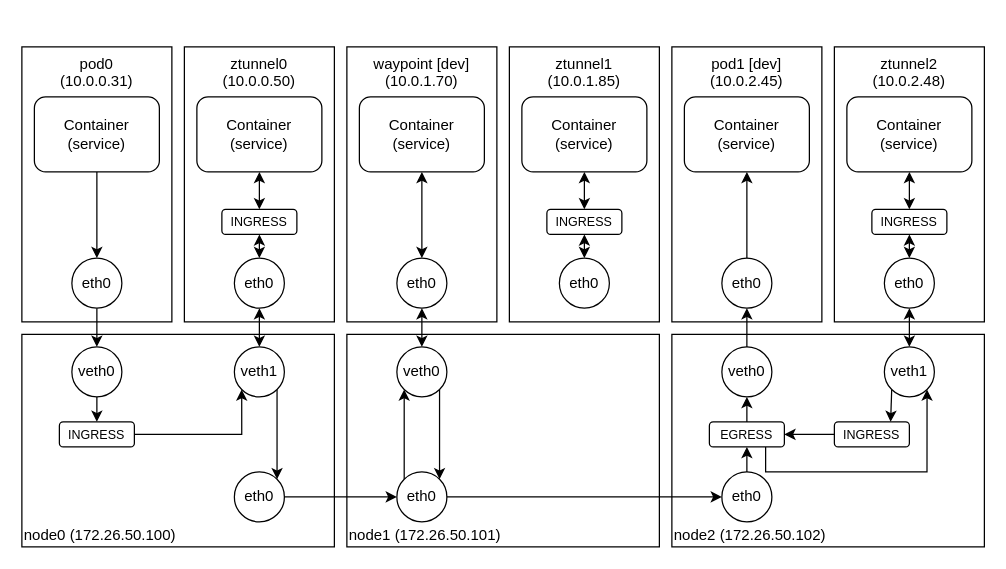
This is page "ambientmesh" (2 of 2) of k8s.istio/k8s.istio.drawio from haruband/codebook, a draw.io file, before an edit. Source tidied: cells renumbered, new cells numbered last; positions are measured from the earlier drawing's top-left corner, leaving out a move shared by most shapes. Both pictures are drawn from the tidied source at 125%, with x=0, y=0 at pixel (21, 46).
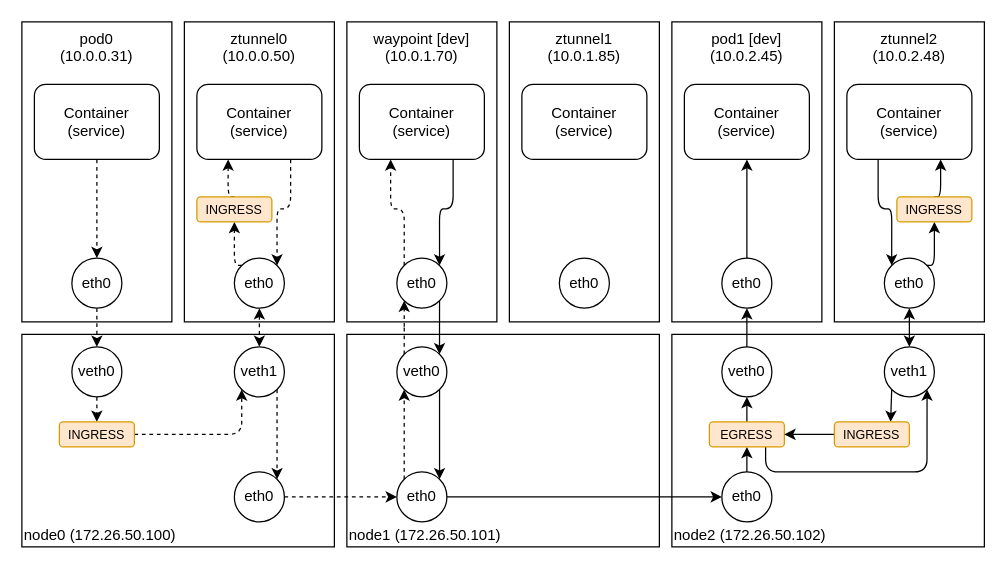
The same diagram, later.

The change refers to these unchanged cells:
```xml
<mxCell id="7" value="eth0" style="ellipse;whiteSpace=wrap;html=1;fontSize=12;" parent="1" vertex="1">
  <mxGeometry x="40" y="169" width="40" height="40" as="geometry" />
</mxCell>
<mxCell id="9" value="veth0" style="ellipse;whiteSpace=wrap;html=1;fontSize=12;" parent="1" vertex="1">
  <mxGeometry x="40" y="240" width="40" height="40" as="geometry" />
</mxCell>
<mxCell id="16" value="eth0" style="ellipse;whiteSpace=wrap;html=1;fontSize=12;" parent="1" vertex="1">
  <mxGeometry x="170" y="169" width="40" height="40" as="geometry" />
</mxCell>
<mxCell id="19" value="eth0" style="ellipse;whiteSpace=wrap;html=1;fontSize=12;" parent="1" vertex="1">
  <mxGeometry x="170" y="340" width="40" height="40" as="geometry" />
</mxCell>
<mxCell id="24" value="eth0" style="ellipse;whiteSpace=wrap;html=1;fontSize=12;" parent="1" vertex="1">
  <mxGeometry x="300" y="169" width="40" height="40" as="geometry" />
</mxCell>
<mxCell id="27" value="veth0" style="ellipse;whiteSpace=wrap;html=1;fontSize=12;" parent="1" vertex="1">
  <mxGeometry x="300" y="240" width="40" height="40" as="geometry" />
</mxCell>
<mxCell id="29" value="eth0" style="ellipse;whiteSpace=wrap;html=1;fontSize=12;" parent="1" vertex="1">
  <mxGeometry x="300" y="340" width="40" height="40" as="geometry" />
</mxCell>
<mxCell id="35" value="eth0" style="ellipse;whiteSpace=wrap;html=1;fontSize=12;" parent="1" vertex="1">
  <mxGeometry x="560" y="169" width="40" height="40" as="geometry" />
</mxCell>
<mxCell id="37" value="veth0" style="ellipse;whiteSpace=wrap;html=1;fontSize=12;" parent="1" vertex="1">
  <mxGeometry x="560" y="240" width="40" height="40" as="geometry" />
</mxCell>
<mxCell id="41" value="eth0" style="ellipse;whiteSpace=wrap;html=1;fontSize=12;" parent="1" vertex="1">
  <mxGeometry x="690" y="169" width="40" height="40" as="geometry" />
</mxCell>
<mxCell id="45" value="eth0" style="ellipse;whiteSpace=wrap;html=1;fontSize=12;" parent="1" vertex="1">
  <mxGeometry x="560" y="340" width="40" height="40" as="geometry" />
</mxCell>
<mxCell id="47" value="veth1" style="ellipse;whiteSpace=wrap;html=1;fontSize=12;" parent="1" vertex="1">
  <mxGeometry x="170" y="240" width="40" height="40" as="geometry" />
</mxCell>
<mxCell id="54" value="veth1" style="ellipse;whiteSpace=wrap;html=1;fontSize=12;" parent="1" vertex="1">
  <mxGeometry x="690" y="240" width="40" height="40" as="geometry" />
</mxCell>
<mxCell id="60" value="eth0" style="ellipse;whiteSpace=wrap;html=1;fontSize=12;" parent="1" vertex="1">
  <mxGeometry x="430" y="169" width="40" height="40" as="geometry" />
</mxCell>
```

Diff of the diagram source:
```diff
@@
     <mxCell id="2" value="pod0&lt;br&gt;(10.0.0.31)" style="rounded=0;whiteSpace=wrap;html=1;verticalAlign=top;labelPosition=center;verticalLabelPosition=middle;align=center;" parent="1" vertex="1">
-      <mxGeometry width="120" height="220" as="geometry" />
+      <mxGeometry y="-20" width="120" height="240" as="geometry" />
     </mxCell>
@@
-    <mxCell id="4" style="edgeStyle=orthogonalEdgeStyle;rounded=0;jettySize=auto;html=1;exitX=0.5;exitY=1;exitDx=0;exitDy=0;entryX=0.5;entryY=0;entryDx=0;entryDy=0;" parent="1" edge="1" source="5" target="7">
+    <mxCell id="4" style="edgeStyle=orthogonalEdgeStyle;rounded=1;jettySize=auto;html=1;exitX=0.5;exitY=1;exitDx=0;exitDy=0;entryX=0.5;entryY=0;entryDx=0;entryDy=0;dashed=1;" parent="1" edge="1" source="5" target="7">
       <mxGeometry relative="1" as="geometry" />
     </mxCell>
     <mxCell id="5" value="Container&lt;br&gt;(service)" style="rounded=1;whiteSpace=wrap;html=1;align=center;" parent="1" vertex="1">
-      <mxGeometry x="10" y="40" width="100" height="60" as="geometry" />
+      <mxGeometry x="10" y="30" width="100" height="60" as="geometry" />
     </mxCell>
-    <mxCell id="6" style="edgeStyle=orthogonalEdgeStyle;rounded=0;jettySize=auto;html=1;exitX=0.5;exitY=1;exitDx=0;exitDy=0;entryX=0.5;entryY=0;entryDx=0;entryDy=0;" parent="1" edge="1" source="7" target="9">
+    <mxCell id="6" style="edgeStyle=orthogonalEdgeStyle;rounded=1;jettySize=auto;html=1;exitX=0.5;exitY=1;exitDx=0;exitDy=0;entryX=0.5;entryY=0;entryDx=0;entryDy=0;dashed=1;" parent="1" edge="1" source="7" target="9">
       <mxGeometry relative="1" as="geometry" />
     </mxCell>
@@
-    <mxCell id="8" style="edgeStyle=orthogonalEdgeStyle;rounded=0;jettySize=auto;html=1;exitX=0.5;exitY=1;exitDx=0;exitDy=0;entryX=0.5;entryY=0;entryDx=0;entryDy=0;" parent="1" edge="1" source="9" target="11">
+    <mxCell id="8" style="edgeStyle=orthogonalEdgeStyle;rounded=1;jettySize=auto;html=1;exitX=0.5;exitY=1;exitDx=0;exitDy=0;entryX=0.5;entryY=0;entryDx=0;entryDy=0;dashed=1;" parent="1" edge="1" source="9" target="11">
       <mxGeometry relative="1" as="geometry" />
     </mxCell>
@@
-    <mxCell id="10" style="edgeStyle=orthogonalEdgeStyle;rounded=0;jettySize=auto;html=1;exitX=1;exitY=0.5;exitDx=0;exitDy=0;entryX=0;entryY=1;entryDx=0;entryDy=0;" parent="1" edge="1" source="11" target="47">
+    <mxCell id="10" style="edgeStyle=orthogonalEdgeStyle;rounded=1;jettySize=auto;html=1;exitX=1;exitY=0.5;exitDx=0;exitDy=0;entryX=0;entryY=1;entryDx=0;entryDy=0;dashed=1;" parent="1" edge="1" source="11" target="47">
       <mxGeometry relative="1" as="geometry" />
     </mxCell>
-    <mxCell id="11" value="INGRESS" style="rounded=1;whiteSpace=wrap;html=1;align=center;fontSize=10;" parent="1" vertex="1">
+    <mxCell id="11" value="INGRESS" style="rounded=1;whiteSpace=wrap;html=1;align=center;fontSize=10;fillColor=#ffe6cc;strokeColor=#d79b00;" parent="1" vertex="1">
       <mxGeometry x="30" y="300" width="60" height="20" as="geometry" />
     </mxCell>
     <mxCell id="12" value="ztunnel0&lt;br&gt;(10.0.0.50)" style="rounded=0;whiteSpace=wrap;html=1;verticalAlign=top;labelPosition=center;verticalLabelPosition=middle;align=center;" parent="1" vertex="1">
-      <mxGeometry x="130" width="120" height="220" as="geometry" />
+      <mxGeometry x="130" y="-20" width="120" height="240" as="geometry" />
     </mxCell>
+    <mxCell id="63" style="edgeStyle=orthogonalEdgeStyle;rounded=1;jettySize=auto;html=1;exitX=0.75;exitY=1;exitDx=0;exitDy=0;entryX=1;entryY=0;entryDx=0;entryDy=0;dashed=1;" parent="1" edge="1" source="13" target="16">
+      <mxGeometry relative="1" as="geometry" />
+    </mxCell>
     <mxCell id="13" value="Container&lt;br&gt;(service)" style="rounded=1;whiteSpace=wrap;html=1;align=center;" parent="1" vertex="1">
-      <mxGeometry x="140" y="40" width="100" height="60" as="geometry" />
+      <mxGeometry x="140" y="30" width="100" height="60" as="geometry" />
     </mxCell>
+    <mxCell id="15" style="edgeStyle=orthogonalEdgeStyle;rounded=1;jettySize=auto;html=1;exitX=0.5;exitY=1;exitDx=0;exitDy=0;entryX=0.5;entryY=0;entryDx=0;entryDy=0;startArrow=classic;startFill=1;dashed=1;" parent="1" edge="1" source="16" target="47">
+      <mxGeometry relative="1" as="geometry" />
+    </mxCell>
-    <mxCell id="14" style="edgeStyle=orthogonalEdgeStyle;rounded=0;jettySize=auto;html=1;exitX=0.5;exitY=0;exitDx=0;exitDy=0;entryX=0.5;entryY=1;entryDx=0;entryDy=0;startArrow=classic;startFill=1;" parent="1" edge="1" source="16" target="18">
+    <mxCell id="14" style="edgeStyle=orthogonalEdgeStyle;rounded=1;jettySize=auto;html=1;exitX=0;exitY=0;exitDx=0;exitDy=0;entryX=0.5;entryY=1;entryDx=0;entryDy=0;dashed=1;" parent="1" edge="1" source="16" target="18">
       <mxGeometry relative="1" as="geometry" />
     </mxCell>
-    <mxCell id="15" style="edgeStyle=orthogonalEdgeStyle;rounded=0;jettySize=auto;html=1;exitX=0.5;exitY=1;exitDx=0;exitDy=0;entryX=0.5;entryY=0;entryDx=0;entryDy=0;startArrow=classic;startFill=1;" parent="1" edge="1" source="16" target="47">
-      <mxGeometry relative="1" as="geometry" />
-    </mxCell>
@@
-    <mxCell id="17" style="edgeStyle=orthogonalEdgeStyle;rounded=0;jettySize=auto;html=1;exitX=0.5;exitY=0;exitDx=0;exitDy=0;entryX=0.5;entryY=1;entryDx=0;entryDy=0;startArrow=classic;startFill=1;" parent="1" edge="1" source="18" target="13">
+    <mxCell id="17" style="edgeStyle=orthogonalEdgeStyle;rounded=1;jettySize=auto;html=1;exitX=0.5;exitY=0;exitDx=0;exitDy=0;entryX=0.25;entryY=1;entryDx=0;entryDy=0;dashed=1;" parent="1" edge="1" source="18" target="13">
       <mxGeometry relative="1" as="geometry" />
     </mxCell>
-    <mxCell id="18" value="INGRESS" style="rounded=1;whiteSpace=wrap;html=1;align=center;fontSize=10;" parent="1" vertex="1">
-      <mxGeometry x="160" y="130" width="60" height="20" as="geometry" />
+    <mxCell id="18" value="INGRESS" style="rounded=1;whiteSpace=wrap;html=1;align=center;fontSize=10;fillColor=#ffe6cc;strokeColor=#d79b00;" parent="1" vertex="1">
+      <mxGeometry x="140" y="120" width="60" height="20" as="geometry" />
     </mxCell>
@@
     <mxCell id="20" value="waypoint [dev]&lt;br&gt;(10.0.1.70)" style="rounded=0;whiteSpace=wrap;html=1;verticalAlign=top;labelPosition=center;verticalLabelPosition=middle;align=center;" parent="1" vertex="1">
-      <mxGeometry x="260" width="120" height="220" as="geometry" />
+      <mxGeometry x="260" y="-20" width="120" height="240" as="geometry" />
     </mxCell>
@@
+    <mxCell id="64" style="edgeStyle=orthogonalEdgeStyle;rounded=1;jettySize=auto;html=1;exitX=0.75;exitY=1;exitDx=0;exitDy=0;entryX=1;entryY=0;entryDx=0;entryDy=0;" parent="1" edge="1" source="22" target="24">
+      <mxGeometry relative="1" as="geometry" />
+    </mxCell>
     <mxCell id="22" value="Container&lt;br&gt;(service)" style="rounded=1;whiteSpace=wrap;html=1;align=center;" parent="1" vertex="1">
-      <mxGeometry x="270" y="40" width="100" height="60" as="geometry" />
+      <mxGeometry x="270" y="30" width="100" height="60" as="geometry" />
     </mxCell>
-    <mxCell id="23" style="edgeStyle=orthogonalEdgeStyle;rounded=0;jettySize=auto;html=1;exitX=0.5;exitY=0;exitDx=0;exitDy=0;startArrow=classic;startFill=1;" parent="1" edge="1" source="24" target="22">
+    <mxCell id="23" style="edgeStyle=orthogonalEdgeStyle;rounded=1;jettySize=auto;html=1;exitX=0;exitY=0;exitDx=0;exitDy=0;entryX=0.25;entryY=1;entryDx=0;entryDy=0;dashed=1;" parent="1" edge="1" source="24" target="22">
       <mxGeometry relative="1" as="geometry" />
     </mxCell>
+    <mxCell id="65" style="edgeStyle=orthogonalEdgeStyle;rounded=1;jettySize=auto;html=1;exitX=1;exitY=1;exitDx=0;exitDy=0;entryX=1;entryY=0;entryDx=0;entryDy=0;" parent="1" edge="1" source="24" target="27">
+      <mxGeometry relative="1" as="geometry" />
+    </mxCell>
@@
-    <mxCell id="25" style="edgeStyle=orthogonalEdgeStyle;rounded=0;jettySize=auto;html=1;exitX=1;exitY=1;exitDx=0;exitDy=0;entryX=1;entryY=0;entryDx=0;entryDy=0;" parent="1" edge="1" source="27" target="29">
+    <mxCell id="25" style="edgeStyle=orthogonalEdgeStyle;rounded=1;jettySize=auto;html=1;exitX=1;exitY=1;exitDx=0;exitDy=0;entryX=1;entryY=0;entryDx=0;entryDy=0;" parent="1" edge="1" source="27" target="29">
       <mxGeometry relative="1" as="geometry" />
     </mxCell>
-    <mxCell id="26" style="edgeStyle=orthogonalEdgeStyle;rounded=0;jettySize=auto;html=1;exitX=0.5;exitY=0;exitDx=0;exitDy=0;entryX=0.5;entryY=1;entryDx=0;entryDy=0;startArrow=classic;startFill=1;" parent="1" edge="1" source="27" target="24">
+    <mxCell id="26" style="edgeStyle=orthogonalEdgeStyle;rounded=1;jettySize=auto;html=1;exitX=0;exitY=0;exitDx=0;exitDy=0;entryX=0;entryY=1;entryDx=0;entryDy=0;dashed=1;" parent="1" edge="1" source="27" target="24">
       <mxGeometry relative="1" as="geometry" />
     </mxCell>
@@
-    <mxCell id="28" style="edgeStyle=orthogonalEdgeStyle;rounded=0;jettySize=auto;html=1;exitX=0;exitY=0;exitDx=0;exitDy=0;entryX=0;entryY=1;entryDx=0;entryDy=0;" parent="1" edge="1" source="29" target="27">
+    <mxCell id="28" style="edgeStyle=orthogonalEdgeStyle;rounded=1;jettySize=auto;html=1;exitX=0;exitY=0;exitDx=0;exitDy=0;entryX=0;entryY=1;entryDx=0;entryDy=0;dashed=1;" parent="1" edge="1" source="29" target="27">
       <mxGeometry relative="1" as="geometry" />
     </mxCell>
@@
-    <mxCell id="30" style="edgeStyle=orthogonalEdgeStyle;rounded=0;jettySize=auto;html=1;exitX=1;exitY=0.5;exitDx=0;exitDy=0;entryX=0;entryY=0.5;entryDx=0;entryDy=0;" parent="1" edge="1" source="19" target="29">
+    <mxCell id="30" style="edgeStyle=orthogonalEdgeStyle;rounded=1;jettySize=auto;html=1;exitX=1;exitY=0.5;exitDx=0;exitDy=0;entryX=0;entryY=0.5;entryDx=0;entryDy=0;dashed=1;" parent="1" edge="1" source="19" target="29">
       <mxGeometry relative="1" as="geometry" />
     </mxCell>
     <mxCell id="31" value="pod1 [dev]&lt;br&gt;(10.0.2.45)" style="rounded=0;whiteSpace=wrap;html=1;verticalAlign=top;labelPosition=center;verticalLabelPosition=middle;align=center;" parent="1" vertex="1">
-      <mxGeometry x="520" width="120" height="220" as="geometry" />
+      <mxGeometry x="520" y="-20" width="120" height="240" as="geometry" />
     </mxCell>
@@
     <mxCell id="33" value="Container&lt;br&gt;(service)" style="rounded=1;whiteSpace=wrap;html=1;align=center;" parent="1" vertex="1">
-      <mxGeometry x="530" y="40" width="100" height="60" as="geometry" />
+      <mxGeometry x="530" y="30" width="100" height="60" as="geometry" />
     </mxCell>
-    <mxCell id="34" style="edgeStyle=orthogonalEdgeStyle;rounded=0;jettySize=auto;html=1;exitX=0.5;exitY=0;exitDx=0;exitDy=0;entryX=0.5;entryY=1;entryDx=0;entryDy=0;" parent="1" edge="1" source="35" target="33">
+    <mxCell id="34" style="edgeStyle=orthogonalEdgeStyle;rounded=1;jettySize=auto;html=1;exitX=0.5;exitY=0;exitDx=0;exitDy=0;entryX=0.5;entryY=1;entryDx=0;entryDy=0;" parent="1" edge="1" source="35" target="33">
       <mxGeometry relative="1" as="geometry" />
     </mxCell>
@@
-    <mxCell id="36" style="edgeStyle=orthogonalEdgeStyle;rounded=0;jettySize=auto;html=1;exitX=0.5;exitY=0;exitDx=0;exitDy=0;entryX=0.5;entryY=1;entryDx=0;entryDy=0;" parent="1" edge="1" source="37" target="35">
+    <mxCell id="36" style="edgeStyle=orthogonalEdgeStyle;rounded=1;jettySize=auto;html=1;exitX=0.5;exitY=0;exitDx=0;exitDy=0;entryX=0.5;entryY=1;entryDx=0;entryDy=0;" parent="1" edge="1" source="37" target="35">
       <mxGeometry relative="1" as="geometry" />
     </mxCell>
@@
     <mxCell id="38" value="ztunnel2&lt;br&gt;(10.0.2.48)" style="rounded=0;whiteSpace=wrap;html=1;verticalAlign=top;labelPosition=center;verticalLabelPosition=middle;align=center;" parent="1" vertex="1">
-      <mxGeometry x="650" width="120" height="220" as="geometry" />
+      <mxGeometry x="650" y="-20" width="120" height="240" as="geometry" />
     </mxCell>
+    <mxCell id="66" style="edgeStyle=orthogonalEdgeStyle;shape=connector;rounded=1;jettySize=auto;html=1;exitX=0.25;exitY=1;exitDx=0;exitDy=0;entryX=0;entryY=0;entryDx=0;entryDy=0;labelBackgroundColor=default;strokeColor=default;fontFamily=Helvetica;fontSize=11;fontColor=default;endArrow=classic;" parent="1" edge="1" source="39" target="41">
+      <mxGeometry relative="1" as="geometry" />
+    </mxCell>
     <mxCell id="39" value="Container&lt;br&gt;(service)" style="rounded=1;whiteSpace=wrap;html=1;align=center;" parent="1" vertex="1">
-      <mxGeometry x="660" y="40" width="100" height="60" as="geometry" />
+      <mxGeometry x="660" y="30" width="100" height="60" as="geometry" />
     </mxCell>
-    <mxCell id="40" style="edgeStyle=orthogonalEdgeStyle;rounded=0;jettySize=auto;html=1;exitX=0.5;exitY=0;exitDx=0;exitDy=0;entryX=0.5;entryY=1;entryDx=0;entryDy=0;startArrow=classic;startFill=1;" parent="1" edge="1" source="41" target="43">
+    <mxCell id="40" style="edgeStyle=orthogonalEdgeStyle;shape=connector;rounded=1;jettySize=auto;html=1;exitX=1;exitY=0;exitDx=0;exitDy=0;entryX=0.5;entryY=1;entryDx=0;entryDy=0;labelBackgroundColor=default;strokeColor=default;fontFamily=Helvetica;fontSize=11;fontColor=default;endArrow=classic;" parent="1" edge="1" source="41" target="43">
       <mxGeometry relative="1" as="geometry" />
     </mxCell>
@@
-    <mxCell id="42" style="edgeStyle=orthogonalEdgeStyle;rounded=0;jettySize=auto;html=1;exitX=0.5;exitY=0;exitDx=0;exitDy=0;entryX=0.5;entryY=1;entryDx=0;entryDy=0;startArrow=classic;startFill=1;" parent="1" edge="1" source="43" target="39">
+    <mxCell id="42" style="edgeStyle=orthogonalEdgeStyle;shape=connector;rounded=1;jettySize=auto;html=1;exitX=0.5;exitY=0;exitDx=0;exitDy=0;entryX=0.75;entryY=1;entryDx=0;entryDy=0;labelBackgroundColor=default;strokeColor=default;fontFamily=Helvetica;fontSize=11;fontColor=default;endArrow=classic;" parent="1" edge="1" source="43" target="39">
       <mxGeometry relative="1" as="geometry" />
     </mxCell>
-    <mxCell id="43" value="INGRESS" style="rounded=1;whiteSpace=wrap;html=1;align=center;fontSize=10;" parent="1" vertex="1">
-      <mxGeometry x="680" y="130" width="60" height="20" as="geometry" />
+    <mxCell id="43" value="INGRESS" style="rounded=1;whiteSpace=wrap;html=1;align=center;fontSize=10;fillColor=#ffe6cc;strokeColor=#d79b00;" parent="1" vertex="1">
+      <mxGeometry x="700" y="120" width="60" height="20" as="geometry" />
     </mxCell>
-    <mxCell id="44" style="edgeStyle=orthogonalEdgeStyle;rounded=0;jettySize=auto;html=1;exitX=0.5;exitY=0;exitDx=0;exitDy=0;entryX=0.5;entryY=1;entryDx=0;entryDy=0;" parent="1" edge="1" source="45" target="51">
+    <mxCell id="44" style="edgeStyle=orthogonalEdgeStyle;rounded=1;jettySize=auto;html=1;exitX=0.5;exitY=0;exitDx=0;exitDy=0;entryX=0.5;entryY=1;entryDx=0;entryDy=0;" parent="1" edge="1" source="45" target="51">
       <mxGeometry relative="1" as="geometry" />
     </mxCell>
@@
-    <mxCell id="46" style="edgeStyle=orthogonalEdgeStyle;rounded=0;jettySize=auto;html=1;exitX=1;exitY=1;exitDx=0;exitDy=0;entryX=1;entryY=0;entryDx=0;entryDy=0;" parent="1" edge="1" source="47" target="19">
+    <mxCell id="46" style="edgeStyle=orthogonalEdgeStyle;rounded=1;jettySize=auto;html=1;exitX=1;exitY=1;exitDx=0;exitDy=0;entryX=1;entryY=0;entryDx=0;entryDy=0;dashed=1;" parent="1" edge="1" source="47" target="19">
       <mxGeometry relative="1" as="geometry" />
     </mxCell>
@@
-    <mxCell id="48" style="edgeStyle=orthogonalEdgeStyle;rounded=0;jettySize=auto;html=1;exitX=1;exitY=0.5;exitDx=0;exitDy=0;entryX=0;entryY=0.5;entryDx=0;entryDy=0;" parent="1" edge="1" source="29" target="45">
+    <mxCell id="48" style="edgeStyle=orthogonalEdgeStyle;rounded=1;jettySize=auto;html=1;exitX=1;exitY=0.5;exitDx=0;exitDy=0;entryX=0;entryY=0.5;entryDx=0;entryDy=0;" parent="1" edge="1" source="29" target="45">
       <mxGeometry relative="1" as="geometry" />
     </mxCell>
-    <mxCell id="49" style="edgeStyle=orthogonalEdgeStyle;rounded=0;jettySize=auto;html=1;exitX=0.5;exitY=0;exitDx=0;exitDy=0;entryX=0.5;entryY=1;entryDx=0;entryDy=0;" parent="1" edge="1" source="51" target="37">
+    <mxCell id="49" style="edgeStyle=orthogonalEdgeStyle;rounded=1;jettySize=auto;html=1;exitX=0.5;exitY=0;exitDx=0;exitDy=0;entryX=0.5;entryY=1;entryDx=0;entryDy=0;" parent="1" edge="1" source="51" target="37">
       <mxGeometry relative="1" as="geometry" />
     </mxCell>
-    <mxCell id="50" style="edgeStyle=orthogonalEdgeStyle;rounded=0;jettySize=auto;html=1;exitX=0.75;exitY=1;exitDx=0;exitDy=0;entryX=1;entryY=1;entryDx=0;entryDy=0;" parent="1" edge="1" source="51" target="54">
+    <mxCell id="50" style="edgeStyle=orthogonalEdgeStyle;rounded=1;jettySize=auto;html=1;exitX=0.75;exitY=1;exitDx=0;exitDy=0;entryX=1;entryY=1;entryDx=0;entryDy=0;" parent="1" edge="1" source="51" target="54">
       <mxGeometry relative="1" as="geometry" />
     </mxCell>
-    <mxCell id="51" value="EGRESS" style="rounded=1;whiteSpace=wrap;html=1;align=center;fontSize=10;" parent="1" vertex="1">
+    <mxCell id="51" value="EGRESS" style="rounded=1;whiteSpace=wrap;html=1;align=center;fontSize=10;fillColor=#ffe6cc;strokeColor=#d79b00;" parent="1" vertex="1">
       <mxGeometry x="550" y="300" width="60" height="20" as="geometry" />
     </mxCell>
-    <mxCell id="52" style="edgeStyle=orthogonalEdgeStyle;rounded=0;jettySize=auto;html=1;exitX=0;exitY=1;exitDx=0;exitDy=0;entryX=0.75;entryY=0;entryDx=0;entryDy=0;" parent="1" edge="1" source="54" target="56">
+    <mxCell id="52" style="edgeStyle=orthogonalEdgeStyle;rounded=1;jettySize=auto;html=1;exitX=0;exitY=1;exitDx=0;exitDy=0;entryX=0.75;entryY=0;entryDx=0;entryDy=0;" parent="1" edge="1" source="54" target="56">
       <mxGeometry relative="1" as="geometry" />
     </mxCell>
-    <mxCell id="53" style="edgeStyle=orthogonalEdgeStyle;rounded=0;jettySize=auto;html=1;exitX=0.5;exitY=0;exitDx=0;exitDy=0;entryX=0.5;entryY=1;entryDx=0;entryDy=0;startArrow=classic;startFill=1;" parent="1" edge="1" source="54" target="41">
+    <mxCell id="53" style="edgeStyle=orthogonalEdgeStyle;rounded=1;jettySize=auto;html=1;exitX=0.5;exitY=0;exitDx=0;exitDy=0;entryX=0.5;entryY=1;entryDx=0;entryDy=0;startArrow=classic;startFill=1;" parent="1" edge="1" source="54" target="41">
       <mxGeometry relative="1" as="geometry" />
     </mxCell>
@@
-    <mxCell id="55" style="edgeStyle=orthogonalEdgeStyle;rounded=0;jettySize=auto;html=1;exitX=0;exitY=0.5;exitDx=0;exitDy=0;entryX=1;entryY=0.5;entryDx=0;entryDy=0;" parent="1" edge="1" source="56" target="51">
+    <mxCell id="55" style="edgeStyle=orthogonalEdgeStyle;rounded=1;jettySize=auto;html=1;exitX=0;exitY=0.5;exitDx=0;exitDy=0;entryX=1;entryY=0.5;entryDx=0;entryDy=0;" parent="1" edge="1" source="56" target="51">
       <mxGeometry relative="1" as="geometry" />
     </mxCell>
-    <mxCell id="56" value="INGRESS" style="rounded=1;whiteSpace=wrap;html=1;align=center;fontSize=10;" parent="1" vertex="1">
+    <mxCell id="56" value="INGRESS" style="rounded=1;whiteSpace=wrap;html=1;align=center;fontSize=10;fillColor=#ffe6cc;strokeColor=#d79b00;" parent="1" vertex="1">
       <mxGeometry x="650" y="300" width="60" height="20" as="geometry" />
     </mxCell>
     <mxCell id="57" value="ztunnel1&lt;br&gt;(10.0.1.85)" style="rounded=0;whiteSpace=wrap;html=1;verticalAlign=top;labelPosition=center;verticalLabelPosition=middle;align=center;" parent="1" vertex="1">
-      <mxGeometry x="390" width="120" height="220" as="geometry" />
+      <mxGeometry x="390" y="-20" width="120" height="240" as="geometry" />
     </mxCell>
     <mxCell id="58" value="Container&lt;br&gt;(service)" style="rounded=1;whiteSpace=wrap;html=1;align=center;" parent="1" vertex="1">
-      <mxGeometry x="400" y="40" width="100" height="60" as="geometry" />
+      <mxGeometry x="400" y="30" width="100" height="60" as="geometry" />
     </mxCell>
-    <mxCell id="59" style="edgeStyle=orthogonalEdgeStyle;rounded=0;jettySize=auto;html=1;exitX=0.5;exitY=0;exitDx=0;exitDy=0;entryX=0.5;entryY=1;entryDx=0;entryDy=0;startArrow=classic;startFill=1;" parent="1" edge="1" source="60" target="62">
-      <mxGeometry relative="1" as="geometry" />
-    </mxCell>
@@
-    <mxCell id="61" style="edgeStyle=orthogonalEdgeStyle;rounded=0;jettySize=auto;html=1;exitX=0.5;exitY=0;exitDx=0;exitDy=0;entryX=0.5;entryY=1;entryDx=0;entryDy=0;startArrow=classic;startFill=1;" parent="1" edge="1" source="62" target="58">
-      <mxGeometry relative="1" as="geometry" />
-    </mxCell>
-    <mxCell id="62" value="INGRESS" style="rounded=1;whiteSpace=wrap;html=1;align=center;fontSize=10;" parent="1" vertex="1">
-      <mxGeometry x="420" y="130" width="60" height="20" as="geometry" />
-    </mxCell>
```
